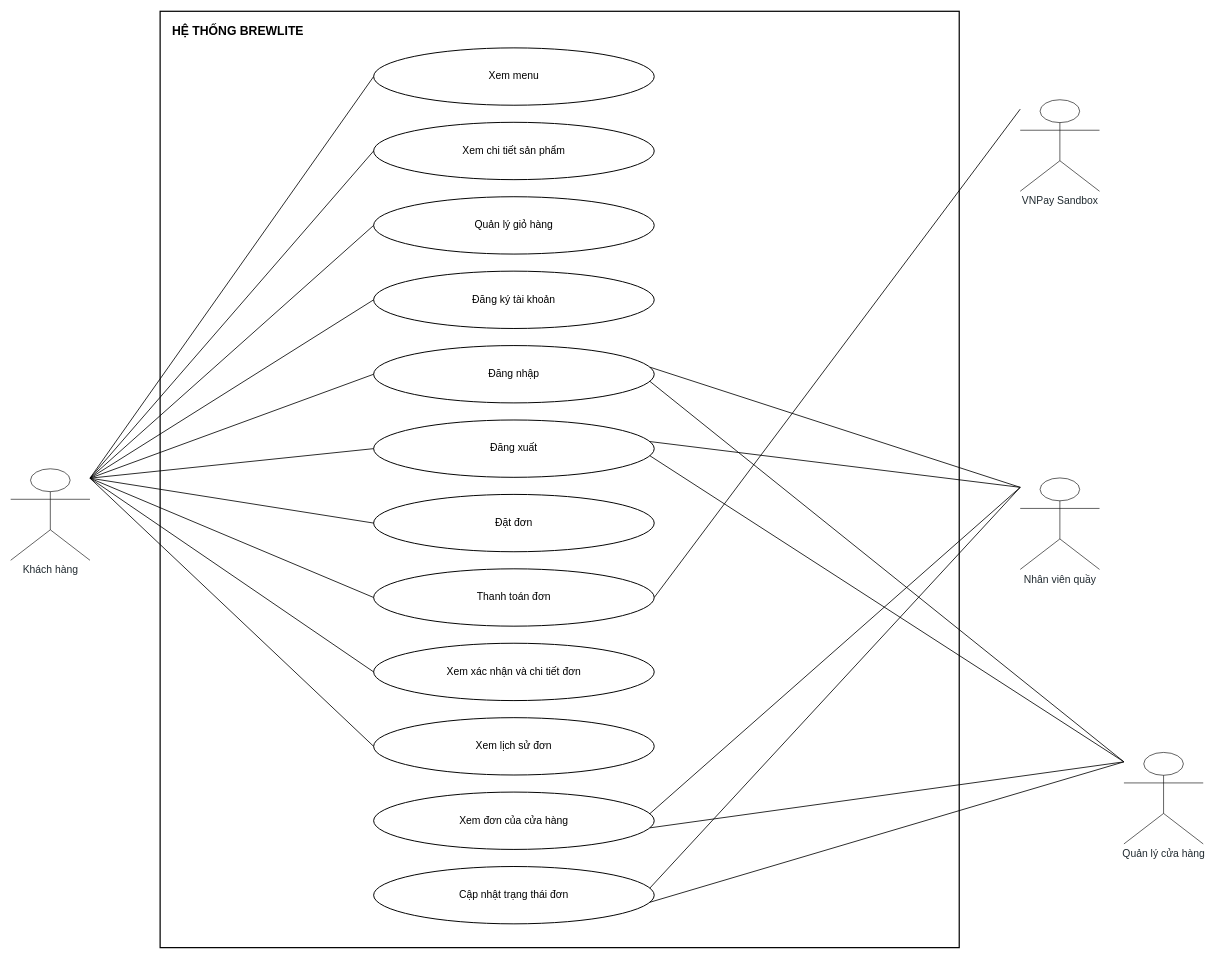
Earlier version of the draw.io diagram docs/diagrams/sources/use-case-overview.drawio (mhien06/BrewLite_A2). Source tidied: cells renumbered, new cells numbered last; positions are measured from the earlier drawing's top-left corner, leaving out a move shared by most shapes. Both pictures are drawn from the tidied source at 61%, with x=0, y=0 at pixel (10, 11).
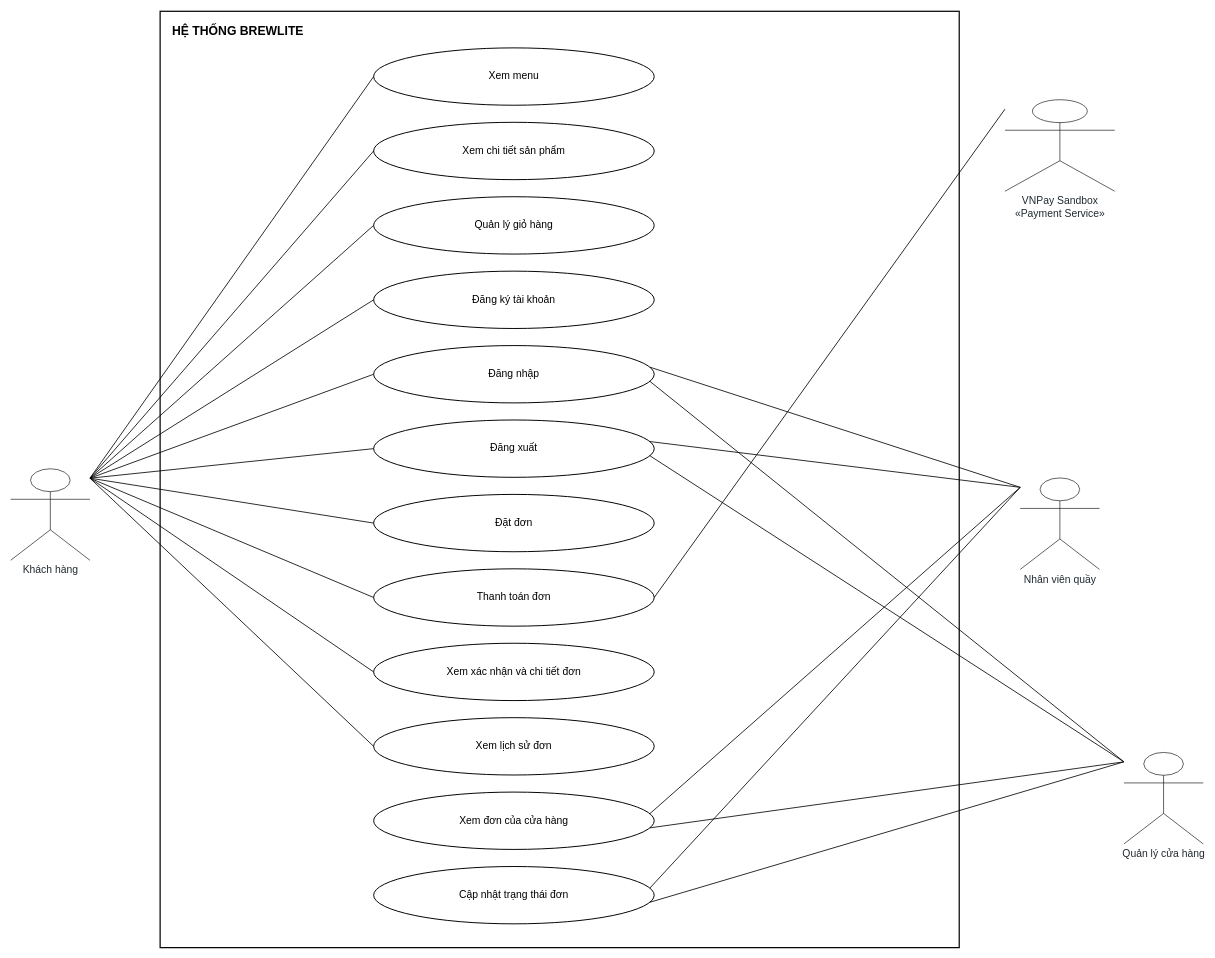
After the change.

Commit message (it also covers changes not shown here):
docs(task1): đồng bộ VNPay Sandbox và Payment Service

Diff of the diagram source:
```diff
@@
-    <mxCell id="6" value="VNPay Sandbox" style="shape=umlActor;verticalLabelPosition=bottom;verticalAlign=top;html=1;outlineConnect=0;fontSize=17;strokeColor=#000000;fontColor=#202a30;" parent="1" vertex="1">
-      <mxGeometry x="1655" y="145" width="130" height="150" as="geometry" />
+    <mxCell id="6" value="VNPay Sandbox&lt;br&gt;«Payment Service»" style="shape=umlActor;verticalLabelPosition=bottom;verticalAlign=top;html=1;outlineConnect=0;fontSize=17;strokeColor=#000000;fontColor=#202a30;" parent="1" vertex="1">
+      <mxGeometry x="1630" y="145" width="180" height="150" as="geometry" />
     </mxCell>
```
